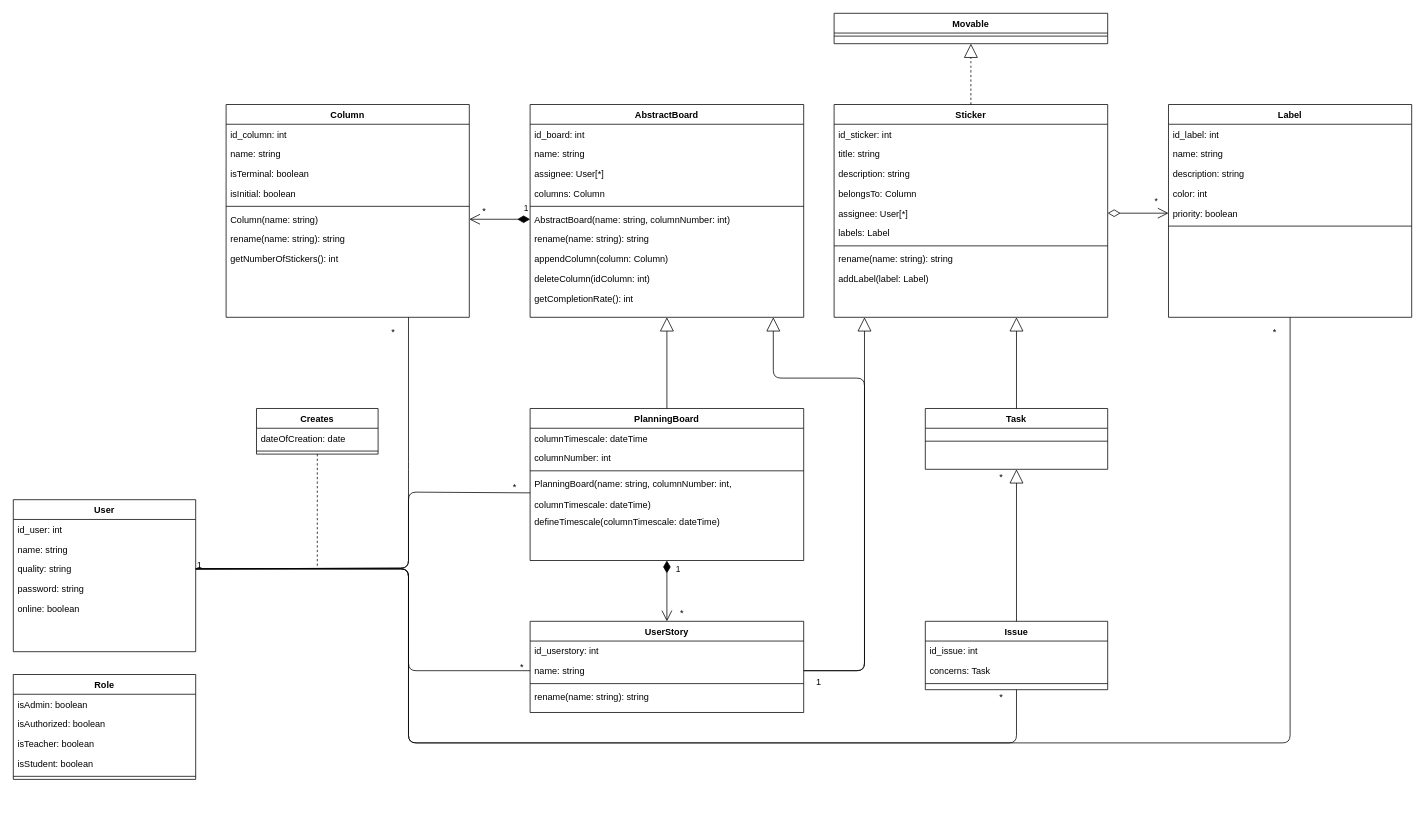
This is Diagrams/Class Diagram.drawio from RedaPengam/Boardy, a draw.io file, before an edit. Source tidied: cells renumbered, new cells numbered last; positions are measured from the earlier drawing's top-left corner, leaving out a move shared by most shapes. Both pictures are drawn from the tidied source at 76%, with x=0, y=0 at pixel (13, 13).
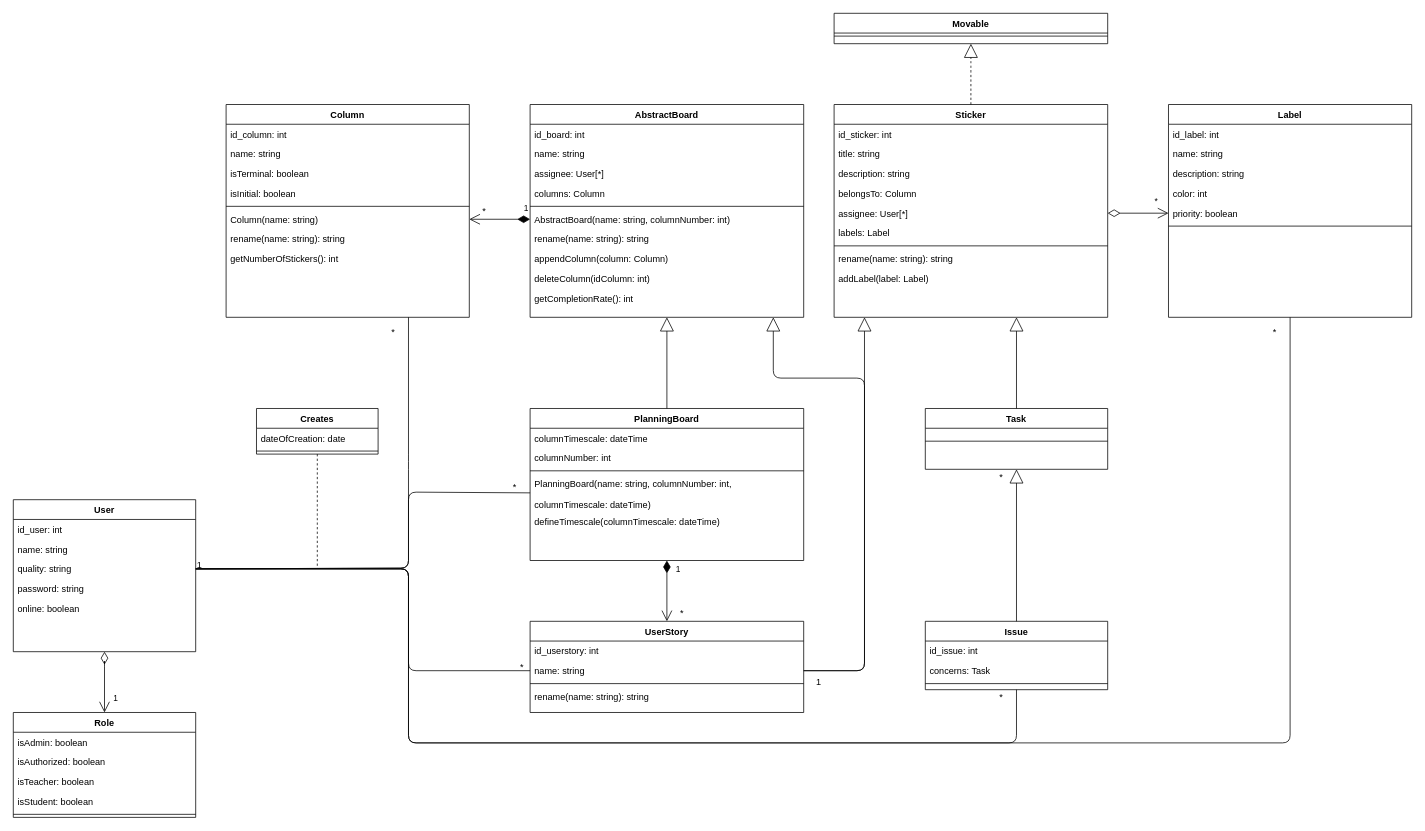
The same diagram, later.

Unchanged cells that the change refers to:
```xml
<mxCell id="2" value="User" style="swimlane;fontStyle=1;align=center;verticalAlign=top;horizontal=1;startSize=26;rounded=0;shadow=0;strokeWidth=1;" parent="1" vertex="1">
  <mxGeometry y="640" width="240" height="200" as="geometry" />
</mxCell>
```

Change to the diagram source:
```diff
@@
     <mxCell id="55" value="Role" style="swimlane;fontStyle=1;align=center;verticalAlign=top;horizontal=1;startSize=26;rounded=0;shadow=0;strokeWidth=1;" parent="1" vertex="1">
-      <mxGeometry y="870" width="240" height="138" as="geometry" />
+      <mxGeometry y="920" width="240" height="138" as="geometry" />
     </mxCell>
@@
+    <mxCell id="98" value="1" style="endArrow=open;html=1;endSize=12;startArrow=diamondThin;startSize=14;startFill=0;edgeStyle=orthogonalEdgeStyle;align=left;verticalAlign=bottom;exitX=0.5;exitY=1;exitDx=0;exitDy=0;entryX=0.5;entryY=0;entryDx=0;entryDy=0;" parent="1" edge="1" source="2" target="55">
+      <mxGeometry x="0.75" y="10" relative="1" as="geometry">
+        <Array as="points">
+          <mxPoint x="120" y="850" />
+          <mxPoint x="120" y="850" />
+        </Array>
+      </mxGeometry>
+    </mxCell>
```
